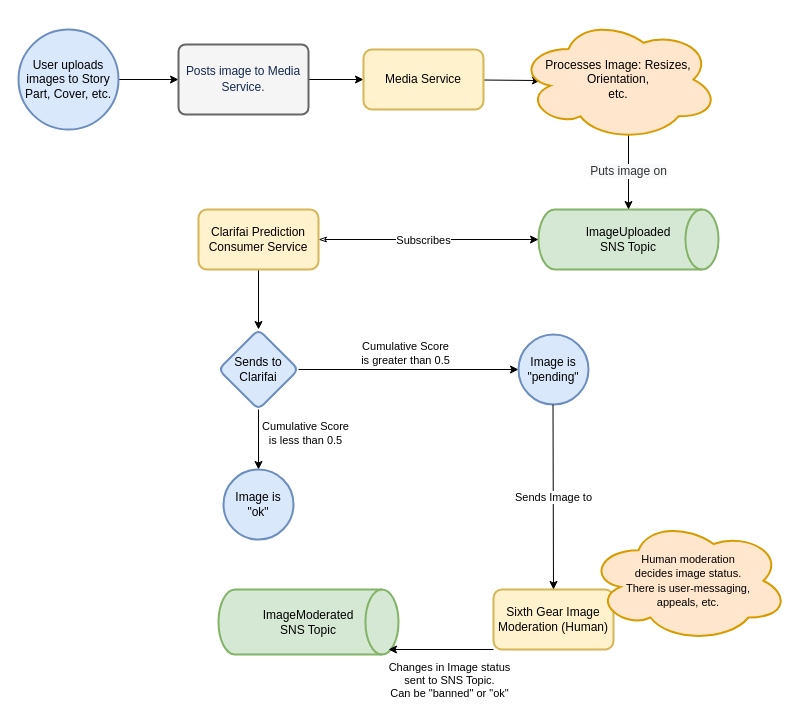
This is PartImageUploadFlow.drawio from ronanwp/ConfluenceDiagrams, a draw.io file, before an edit. Source tidied: cells renumbered, new cells numbered last; positions are measured from the earlier drawing's top-left corner, leaving out a move shared by most shapes. Both pictures are drawn from the tidied source at 100%, with x=0, y=0 at pixel (18, 18).
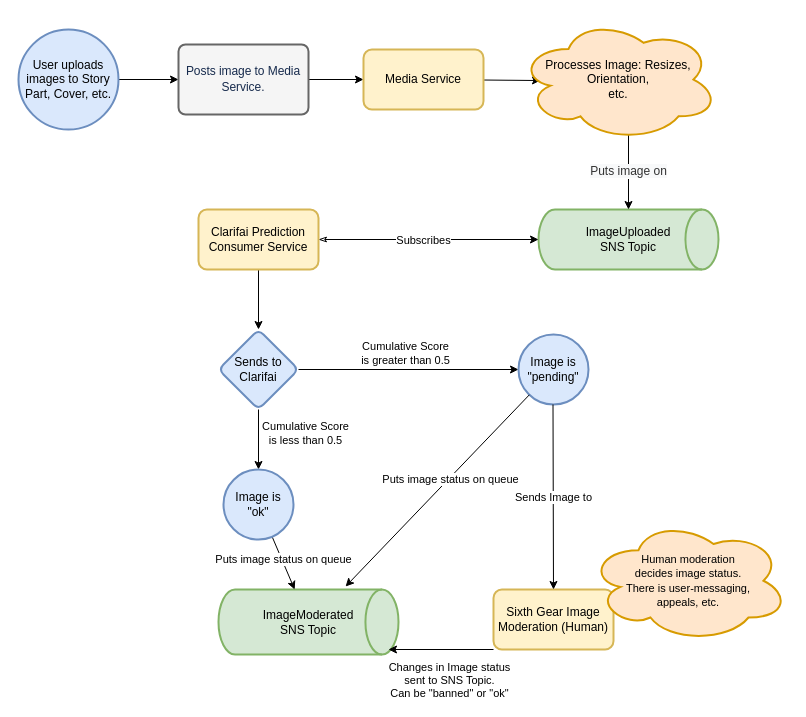
The same page after the edit.

Commit message (it also covers changes not shown here):
Updated Image Mod diagram

Unchanged cells that the change refers to:
```xml
<mxCell id="19" value="&lt;div style=&quot;text-align: center&quot;&gt;ImageModerated&lt;/div&gt;&lt;div style=&quot;text-align: center&quot;&gt;SNS Topic&lt;/div&gt;" style="strokeWidth=2;html=1;shape=mxgraph.flowchart.direct_data;whiteSpace=wrap;fillColor=#d5e8d4;strokeColor=#82b366;" parent="1" vertex="1">
  <mxGeometry x="200" y="571" width="180" height="65" as="geometry" />
</mxCell>
<mxCell id="20" value="Image is&lt;br&gt;&quot;ok&quot;" style="ellipse;whiteSpace=wrap;html=1;rounded=1;strokeColor=#6c8ebf;strokeWidth=2;fillColor=#dae8fc;arcSize=14;" parent="1" vertex="1">
  <mxGeometry x="205" y="451" width="70" height="70" as="geometry" />
</mxCell>
<mxCell id="23" value="Image is&lt;br&gt;&quot;pending&quot;" style="ellipse;whiteSpace=wrap;html=1;rounded=1;strokeColor=#6c8ebf;strokeWidth=2;fillColor=#dae8fc;arcSize=14;" parent="1" vertex="1">
  <mxGeometry x="500" y="316" width="70" height="70" as="geometry" />
</mxCell>
```

Change to the diagram source:
```diff
@@
+    <mxCell id="29" style="edgeStyle=none;html=1;" parent="1" edge="1" source="20" target="19">
+      <mxGeometry relative="1" as="geometry" />
+    </mxCell>
+    <mxCell id="30" value="Puts image status on queue" style="edgeLabel;html=1;align=center;verticalAlign=middle;" parent="29" vertex="1">
+      <mxGeometry x="-0.13" y="1" relative="1" as="geometry" />
+    </mxCell>
@@
+    <mxCell id="31" style="edgeStyle=none;html=1;entryX=0.706;entryY=-0.046;entryDx=0;entryDy=0;entryPerimeter=0;" parent="1" edge="1" source="23" target="19">
+      <mxGeometry relative="1" as="geometry" />
+    </mxCell>
+    <mxCell id="32" value="Puts image status on queue" style="edgeLabel;html=1;align=center;verticalAlign=middle;" parent="31" vertex="1">
+      <mxGeometry x="-0.13" y="1" relative="1" as="geometry" />
+    </mxCell>
```
